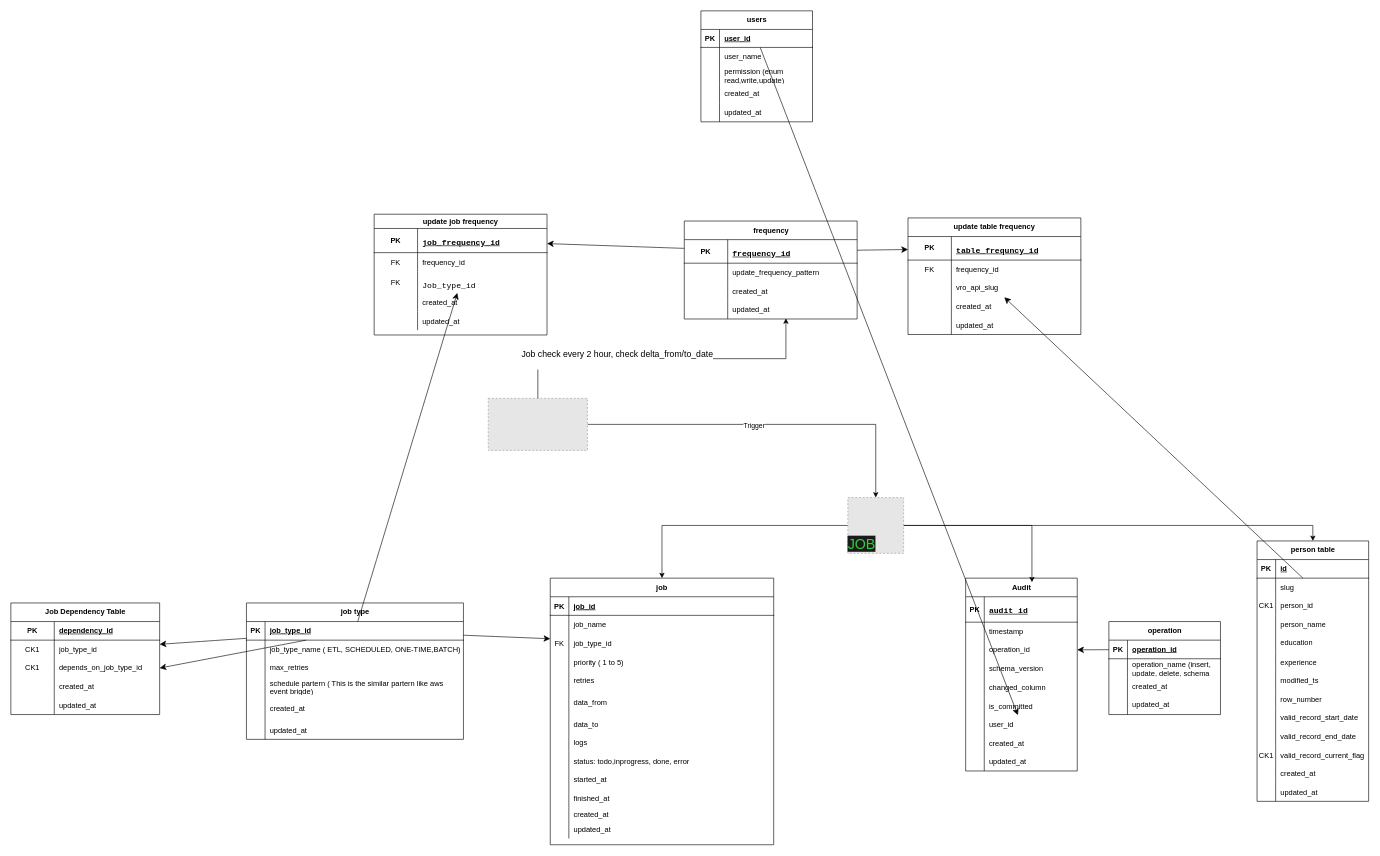
This is vro db diagram.drawio from jorawarsinghcapgemini/drawio, a draw.io file, before an edit. Source tidied: cells renumbered, new cells numbered last; positions are measured from the earlier drawing's top-left corner, leaving out a move shared by most shapes. Both pictures are drawn from the tidied source at 62%, with x=0, y=0 at pixel (11, 11). Pictures stored in the file or linked from it are replaced by grey dashed boxes.
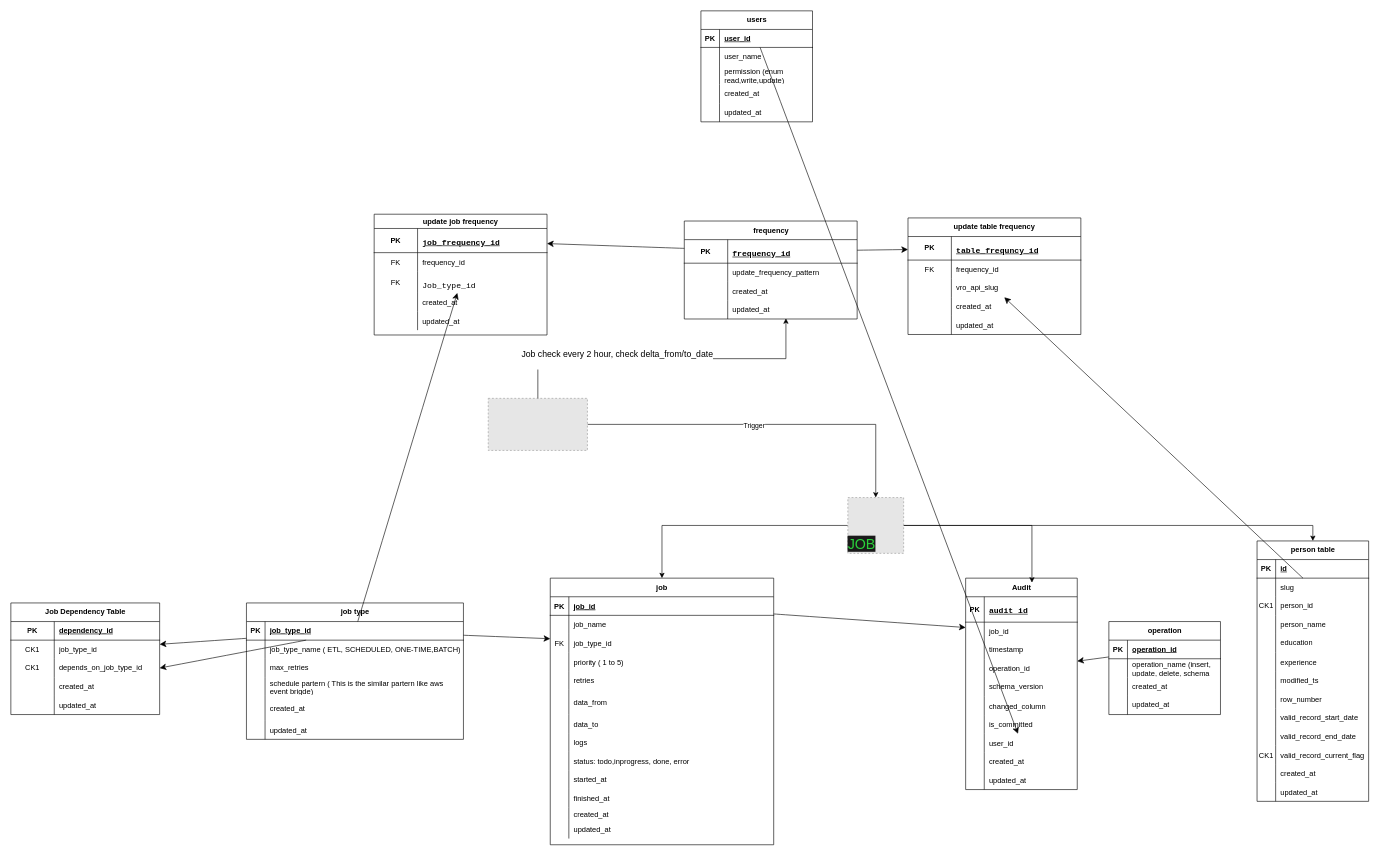
Above is the later version.

Commit message:
add job id in audit table

Unchanged cells that the change refers to:
```xml
<mxCell id="37" style="shape=partialRectangle;fillColor=none;points=[[0,0.5],[1,0.5]];portConstraint=eastwest;top=0;left=0;right=0;bottom=1;" parent="36" vertex="1">
  <mxGeometry y="30" width="360.4" height="30" as="geometry" />
</mxCell>
```

Diff of the diagram source:
```diff
@@
     <mxCell id="8" value="Audit" style="shape=table;startSize=30;childLayout=tableLayout;rowLines=0;fontStyle=1;align=center;html=1;" parent="1" vertex="1">
-      <mxGeometry x="1540" y="915" width="180" height="311" as="geometry" />
+      <mxGeometry x="1540" y="915" width="180" height="341" as="geometry" />
     </mxCell>
@@
+    <mxCell id="238" style="shape=tableRow;horizontal=0;startSize=0;swimlaneHead=0;swimlaneBody=0;fillColor=none;points=[[0,0.5],[1,0.5]];portConstraint=eastwest;top=0;left=0;right=0;bottom=0;" parent="8" vertex="1">
+      <mxGeometry y="71" width="180" height="30" as="geometry" />
+    </mxCell>
+    <mxCell id="239" style="shape=partialRectangle;fillColor=none;top=0;left=0;bottom=0;right=0;overflow=hidden;" parent="238" vertex="1">
+      <mxGeometry width="30" height="30" as="geometry" />
+    </mxCell>
+    <mxCell id="240" value="job_id" style="shape=partialRectangle;fillColor=none;top=0;left=0;bottom=0;right=0;align=left;spacingLeft=6;overflow=hidden;" parent="238" vertex="1">
+      <mxGeometry x="30" width="150" height="30" as="geometry" />
+    </mxCell>
     <mxCell id="12" style="shape=tableRow;horizontal=0;startSize=0;swimlaneHead=0;swimlaneBody=0;fillColor=none;top=0;left=0;right=0;bottom=0;" parent="8" vertex="1">
-      <mxGeometry y="71" width="180" height="30" as="geometry" />
+      <mxGeometry y="101" width="180" height="30" as="geometry" />
     </mxCell>
@@
     <mxCell id="15" style="shape=tableRow;horizontal=0;startSize=0;swimlaneHead=0;swimlaneBody=0;fillColor=none;points=[[0,0.5],[1,0.5]];portConstraint=eastwest;top=0;left=0;right=0;bottom=0;" parent="8" vertex="1">
-      <mxGeometry y="101" width="180" height="30" as="geometry" />
+      <mxGeometry y="131" width="180" height="30" as="geometry" />
     </mxCell>
@@
     <mxCell id="18" style="shape=tableRow;horizontal=0;startSize=0;swimlaneHead=0;swimlaneBody=0;fillColor=none;top=0;left=0;right=0;bottom=0;" parent="8" vertex="1">
-      <mxGeometry y="131" width="180" height="30" as="geometry" />
+      <mxGeometry y="161" width="180" height="30" as="geometry" />
     </mxCell>
@@
     <mxCell id="21" style="shape=tableRow;horizontal=0;startSize=0;swimlaneHead=0;swimlaneBody=0;fillColor=none;top=0;left=0;right=0;bottom=0;" parent="8" vertex="1">
-      <mxGeometry y="161" width="180" height="30" as="geometry" />
+      <mxGeometry y="191" width="180" height="30" as="geometry" />
     </mxCell>
@@
     <mxCell id="24" style="shape=tableRow;horizontal=0;startSize=0;swimlaneHead=0;swimlaneBody=0;fillColor=none;top=0;left=0;right=0;bottom=0;" parent="8" vertex="1">
-      <mxGeometry y="191" width="180" height="30" as="geometry" />
+      <mxGeometry y="221" width="180" height="30" as="geometry" />
     </mxCell>
@@
     <mxCell id="27" style="shape=tableRow;horizontal=0;startSize=0;swimlaneHead=0;swimlaneBody=0;fillColor=none;points=[[0,0.5],[1,0.5]];portConstraint=eastwest;top=0;left=0;right=0;bottom=0;" parent="8" vertex="1">
-      <mxGeometry y="221" width="180" height="30" as="geometry" />
+      <mxGeometry y="251" width="180" height="30" as="geometry" />
     </mxCell>
@@
     <mxCell id="30" style="shape=tableRow;horizontal=0;startSize=0;swimlaneHead=0;swimlaneBody=0;fillColor=none;top=0;left=0;right=0;bottom=0;" parent="8" vertex="1">
-      <mxGeometry y="251" width="180" height="30" as="geometry" />
+      <mxGeometry y="281" width="180" height="30" as="geometry" />
     </mxCell>
@@
     <mxCell id="33" style="shape=tableRow;horizontal=0;startSize=0;swimlaneHead=0;swimlaneBody=0;fillColor=none;top=0;left=0;right=0;bottom=0;" parent="8" vertex="1">
-      <mxGeometry y="281" width="180" height="30" as="geometry" />
+      <mxGeometry y="311" width="180" height="30" as="geometry" />
     </mxCell>
@@
+    <mxCell id="241" style="edgeStyle=none;curved=1;rounded=0;jettySize=auto;html=1;fontSize=12;startSize=8;endSize=8;" parent="1" edge="1" source="37" target="238">
+      <mxGeometry relative="1" as="geometry" />
+    </mxCell>
```
